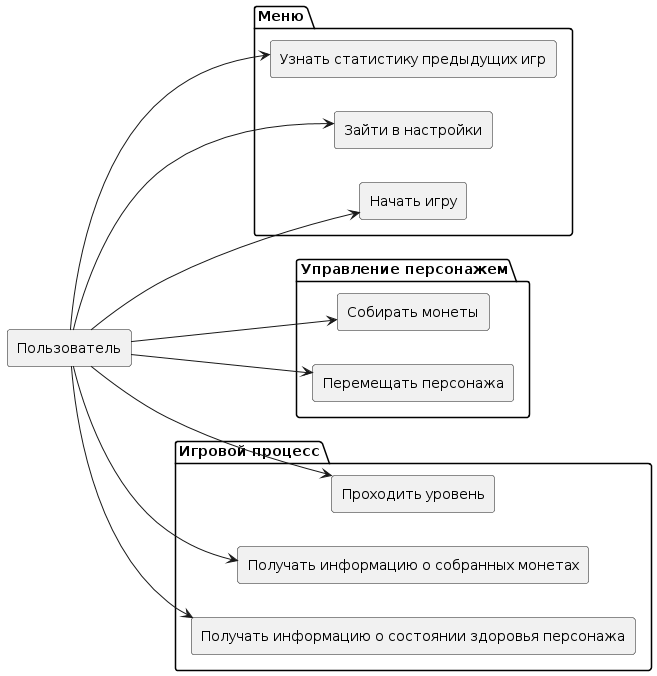
Before: docs/use_cases.png, a diagram exported from PlantUML (Muuuve/My-Project).
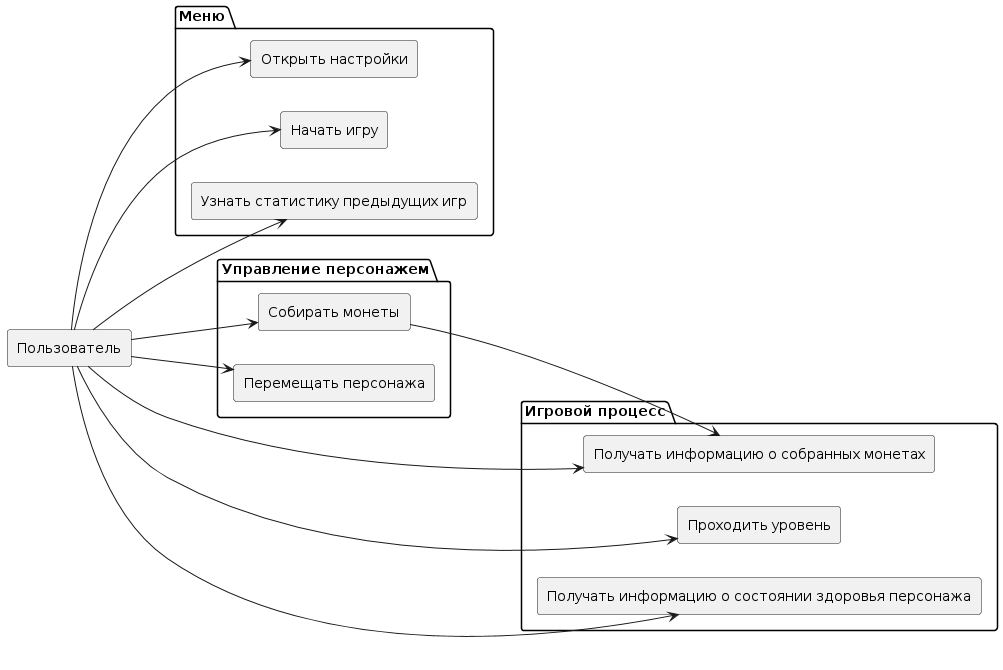
The same file after the commit.

The edit, as a diff of the source:
```diff
@@ -4,7 +4,7 @@
 left to right direction
 package "Меню" {
     rectangle "Начать игру" as StartGame
-    rectangle "Зайти в настройки" as Settings
+    rectangle "Открыть настройки" as Settings
     rectangle "Узнать статистику предыдущих игр" as GetStatistics
 }
 
@@ -24,6 +24,7 @@
 User --> GetStatistics
 User --> MoveCharacter
 User --> GetCoins
+GetCoins --> CoinsInfo
 User --> GetHealth
 User --> CoinsInfo
 User --> PassLevel
```
